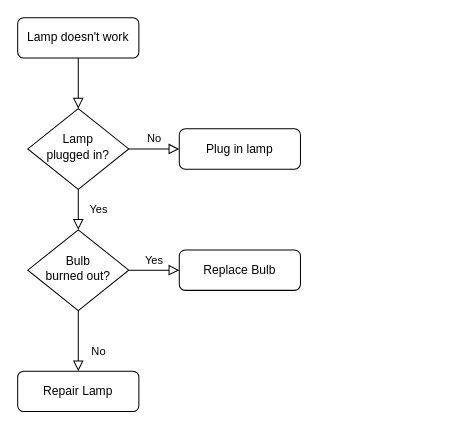
The draw.io diagram Untitled Diagram.drawio in maciaymd/draw.io, before the edit. Source tidied: cells renumbered, new cells numbered last; positions are measured from the earlier drawing's top-left corner, leaving out a move shared by most shapes. Both pictures are drawn from the tidied source at 101%, with x=0, y=0 at pixel (17, 17).
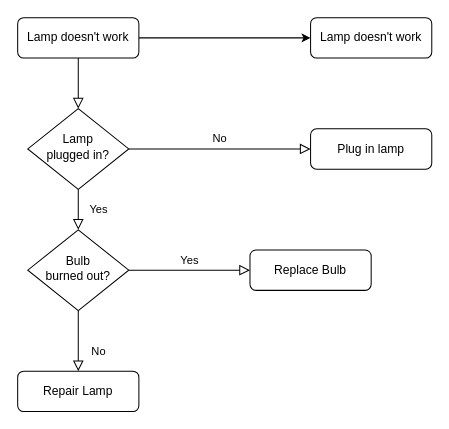
The same page after the edit.

Diff of the diagram source:
```diff
@@
 <mxGraphModel>
   <root>
     <mxCell id="0" />
     <mxCell id="1" parent="0" />
     <mxCell id="2" style="rounded=0;html=1;jettySize=auto;fontSize=11;endArrow=block;endFill=0;endSize=8;strokeWidth=1;shadow=0;labelBackgroundColor=none;edgeStyle=orthogonalEdgeStyle;" parent="1" edge="1" source="3" target="6">
       <mxGeometry relative="1" as="geometry" />
     </mxCell>
+    <mxCell id="13" style="edgeStyle=orthogonalEdgeStyle;rounded=0;jettySize=auto;html=1;" parent="1" edge="1" source="3" target="14">
+      <mxGeometry relative="1" as="geometry" />
+    </mxCell>
     <mxCell id="3" value="Lamp doesn't work" style="rounded=1;whiteSpace=wrap;html=1;fontSize=12;glass=0;strokeWidth=1;shadow=0;" parent="1" vertex="1">
       <mxGeometry width="120" height="40" as="geometry" />
     </mxCell>
     <mxCell id="4" value="Yes" style="rounded=0;html=1;jettySize=auto;fontSize=11;endArrow=block;endFill=0;endSize=8;strokeWidth=1;shadow=0;labelBackgroundColor=none;edgeStyle=orthogonalEdgeStyle;" parent="1" edge="1" source="6" target="10">
       <mxGeometry y="20" relative="1" as="geometry" />
     </mxCell>
     <mxCell id="5" value="No" style="edgeStyle=orthogonalEdgeStyle;rounded=0;html=1;jettySize=auto;fontSize=11;endArrow=block;endFill=0;endSize=8;strokeWidth=1;shadow=0;labelBackgroundColor=none;" parent="1" edge="1" source="6" target="7">
       <mxGeometry y="10" relative="1" as="geometry" />
     </mxCell>
     <mxCell id="6" value="Lamp&lt;br&gt;plugged in?" style="rhombus;whiteSpace=wrap;html=1;shadow=0;fontFamily=Helvetica;fontSize=12;align=center;strokeWidth=1;spacing=6;spacingTop=-4;" parent="1" vertex="1">
       <mxGeometry x="10" y="90" width="100" height="80" as="geometry" />
     </mxCell>
     <mxCell id="7" value="Plug in lamp" style="rounded=1;whiteSpace=wrap;html=1;fontSize=12;glass=0;strokeWidth=1;shadow=0;" parent="1" vertex="1">
-      <mxGeometry x="160" y="110" width="120" height="40" as="geometry" />
+      <mxGeometry x="290" y="110" width="120" height="40" as="geometry" />
     </mxCell>
     <mxCell id="8" value="No" style="rounded=0;html=1;jettySize=auto;fontSize=11;endArrow=block;endFill=0;endSize=8;strokeWidth=1;shadow=0;labelBackgroundColor=none;edgeStyle=orthogonalEdgeStyle;" parent="1" edge="1" source="10" target="11">
       <mxGeometry x="0.33" y="20" relative="1" as="geometry" />
     </mxCell>
     <mxCell id="9" value="Yes" style="edgeStyle=orthogonalEdgeStyle;rounded=0;html=1;jettySize=auto;fontSize=11;endArrow=block;endFill=0;endSize=8;strokeWidth=1;shadow=0;labelBackgroundColor=none;" parent="1" edge="1" source="10" target="12">
       <mxGeometry y="10" relative="1" as="geometry" />
     </mxCell>
     <mxCell id="10" value="Bulb&lt;br&gt;burned out?" style="rhombus;whiteSpace=wrap;html=1;shadow=0;fontFamily=Helvetica;fontSize=12;align=center;strokeWidth=1;spacing=6;spacingTop=-4;" parent="1" vertex="1">
       <mxGeometry x="10" y="210" width="100" height="80" as="geometry" />
     </mxCell>
     <mxCell id="11" value="Repair Lamp" style="rounded=1;whiteSpace=wrap;html=1;fontSize=12;glass=0;strokeWidth=1;shadow=0;" parent="1" vertex="1">
       <mxGeometry y="350" width="120" height="40" as="geometry" />
     </mxCell>
     <mxCell id="12" value="Replace Bulb" style="rounded=1;whiteSpace=wrap;html=1;fontSize=12;glass=0;strokeWidth=1;shadow=0;" parent="1" vertex="1">
-      <mxGeometry x="160" y="230" width="120" height="40" as="geometry" />
+      <mxGeometry x="230" y="230" width="120" height="40" as="geometry" />
     </mxCell>
+    <mxCell id="14" value="Lamp doesn't work" style="rounded=1;whiteSpace=wrap;html=1;fontSize=12;glass=0;strokeWidth=1;shadow=0;" parent="1" vertex="1">
+      <mxGeometry x="290" width="120" height="40" as="geometry" />
+    </mxCell>
   </root>
 </mxGraphModel>
```
